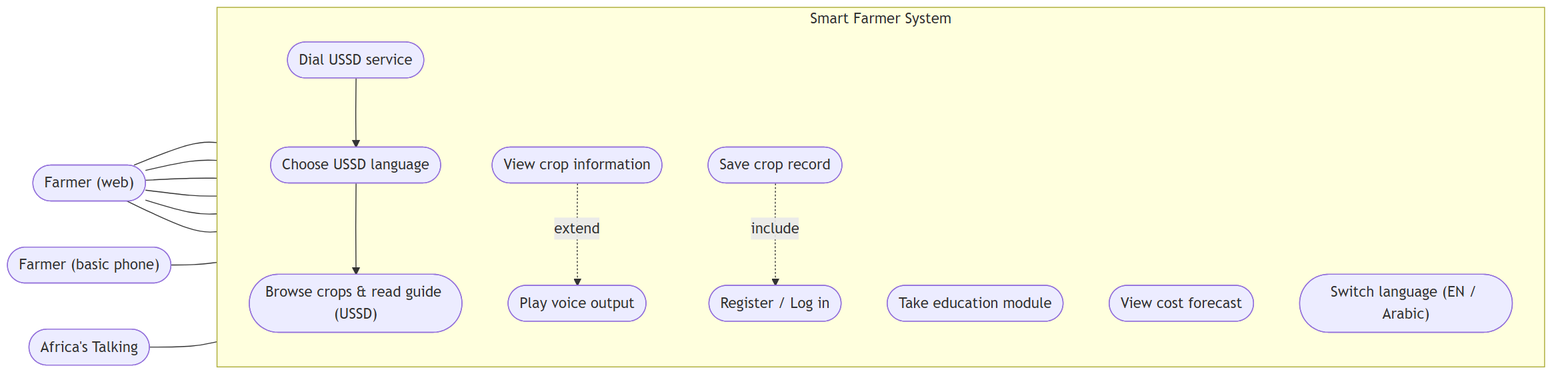
This is docs/img/1-use-case.png from Nyabondeng/SmartFarmer, a Mermaid export, as it was before one commit. Its source is kept beside it as docs/img/1-use-case.mmd. The source it was exported from:
```mermaid
flowchart LR
    farmerWeb(["Farmer (web)"])
    farmerUSSD(["Farmer (basic phone)"])
    at(["Africa's Talking"])

    subgraph SYS["Smart Farmer System"]
        direction TB
        UC1(["View crop information"])
        UC2(["Play voice output"])
        UC3(["Take education module"])
        UC4(["Register / Log in"])
        UC5(["Save crop record"])
        UC6(["View cost forecast"])
        UC7(["Switch language (EN / Arabic)"])
        UC8(["Dial USSD service"])
        UC9(["Choose USSD language"])
        UC10(["Browse crops & read guide (USSD)"])
    end

    farmerWeb --- UC1
    farmerWeb --- UC3
    farmerWeb --- UC4
    farmerWeb --- UC5
    farmerWeb --- UC6
    farmerWeb --- UC7
    farmerUSSD --- UC8
    UC8 --> UC9
    UC9 --> UC10
    at --- UC8

    UC1 -. extend .-> UC2
    UC5 -. include .-> UC4
```
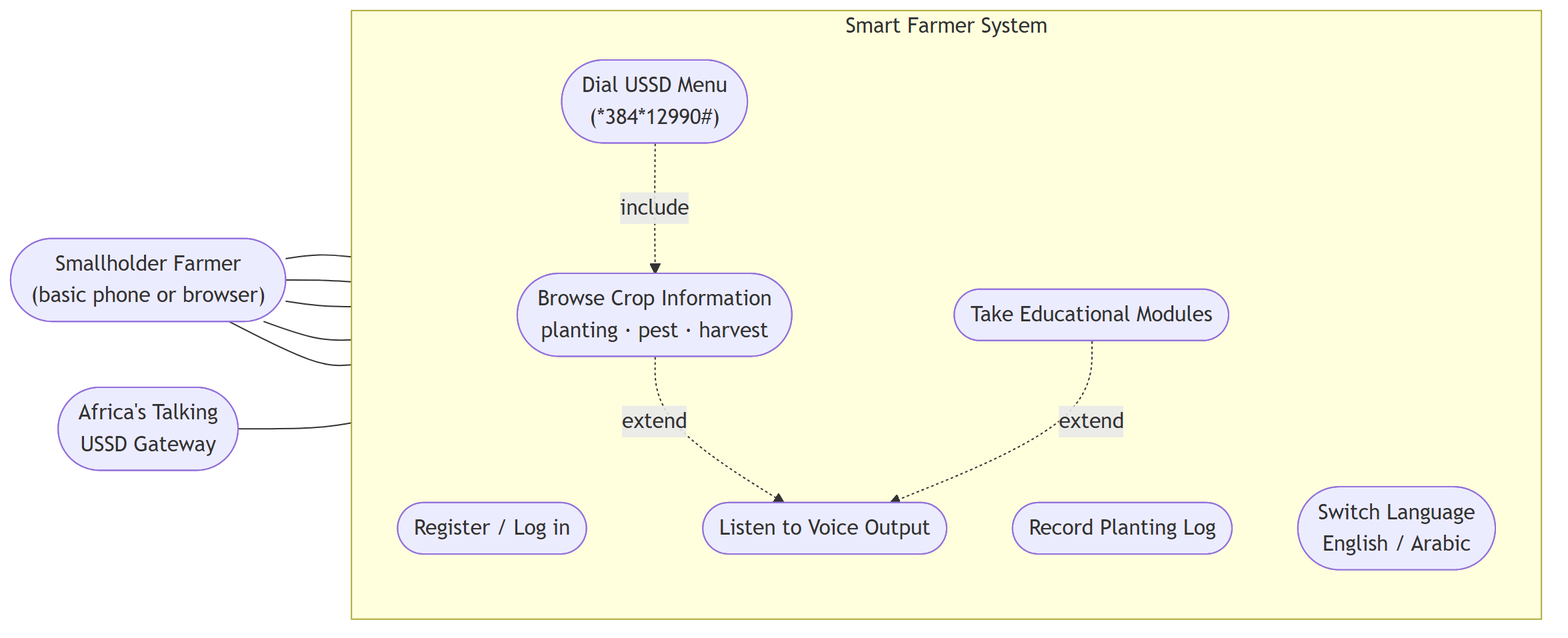
Above is the later version.

Commit message:
Regenerate proposed-model and use-case diagrams without Bari

What changed in the source:
```diff
@@ -1,32 +1,25 @@
 flowchart LR
-    farmerWeb(["Farmer (web)"])
-    farmerUSSD(["Farmer (basic phone)"])
-    at(["Africa's Talking"])
+    farmer(["Smallholder Farmer<br/>(basic phone or browser)"])
+    at(["Africa's Talking<br/>USSD Gateway"])
 
     subgraph SYS["Smart Farmer System"]
         direction TB
-        UC1(["View crop information"])
-        UC2(["Play voice output"])
-        UC3(["Take education module"])
-        UC4(["Register / Log in"])
-        UC5(["Save crop record"])
-        UC6(["View cost forecast"])
-        UC7(["Switch language (EN / Arabic)"])
-        UC8(["Dial USSD service"])
-        UC9(["Choose USSD language"])
-        UC10(["Browse crops & read guide (USSD)"])
+        UC1(["Register / Log in"])
+        UC2(["Dial USSD Menu<br/>(*384*12990#)"])
+        UC3(["Browse Crop Information<br/>planting · pest · harvest"])
+        UC4(["Take Educational Modules"])
+        UC5(["Record Planting Log"])
+        UC6(["Switch Language<br/>English / Arabic"])
+        UC7(["Listen to Voice Output"])
     end
 
-    farmerWeb --- UC1
-    farmerWeb --- UC3
-    farmerWeb --- UC4
-    farmerWeb --- UC5
-    farmerWeb --- UC6
-    farmerWeb --- UC7
-    farmerUSSD --- UC8
-    UC8 --> UC9
-    UC9 --> UC10
-    at --- UC8
+    farmer --- UC1
+    farmer --- UC2
+    farmer --- UC4
+    farmer --- UC5
+    farmer --- UC6
+    at --- UC2
 
-    UC1 -. extend .-> UC2
-    UC5 -. include .-> UC4
+    UC2 -. include .-> UC3
+    UC3 -. extend .-> UC7
+    UC4 -. extend .-> UC7
```
